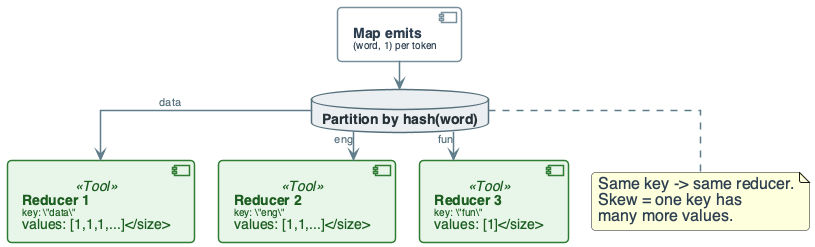
The PlantUML diagram diagrams/week7/week7_lecture_slide19_example_shuffle.png in OrPerets/data-engineering-course, before a commit.
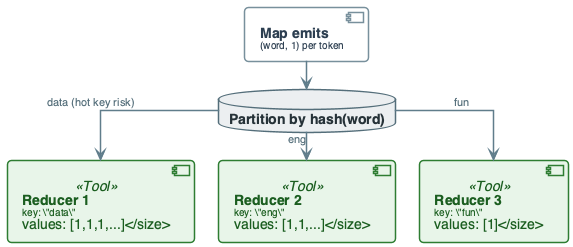
After the change.

Diff of the diagram source:
```diff
@@ -126,14 +126,8 @@
 component "**Reducer 3**\n<size:10>key: \"fun\"\nvalues: [1]</size>" as R3 <<Tool>>
 
 MAP --> PART
-PART --> R1 : "data"
+PART --> R1 : "data (hot key risk)"
 PART --> R2 : "eng"
 PART --> R3 : "fun"
 
-note bottom of PART
-  Same key -> same reducer.
-  Skew = one key has
-  many more values.
-end note
-
 @enduml
```
